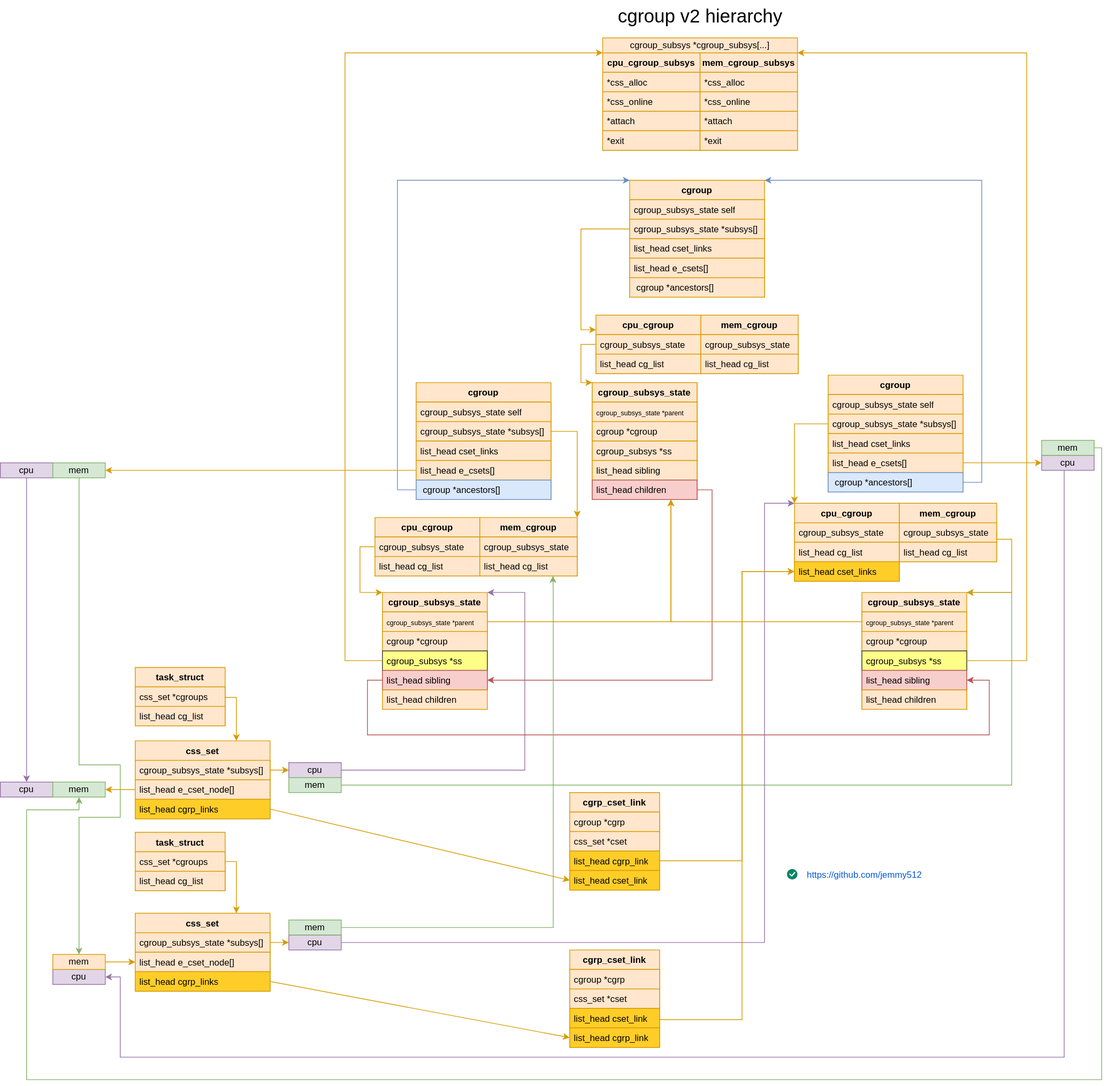
Earlier version of the draw.io export images/kernel/cgroup-arch.svg (jemmy512/book-notes). Source tidied: cells renumbered, new cells last; positions are measured from the earlier drawing's top-left corner, leaving out a move shared by most shapes.
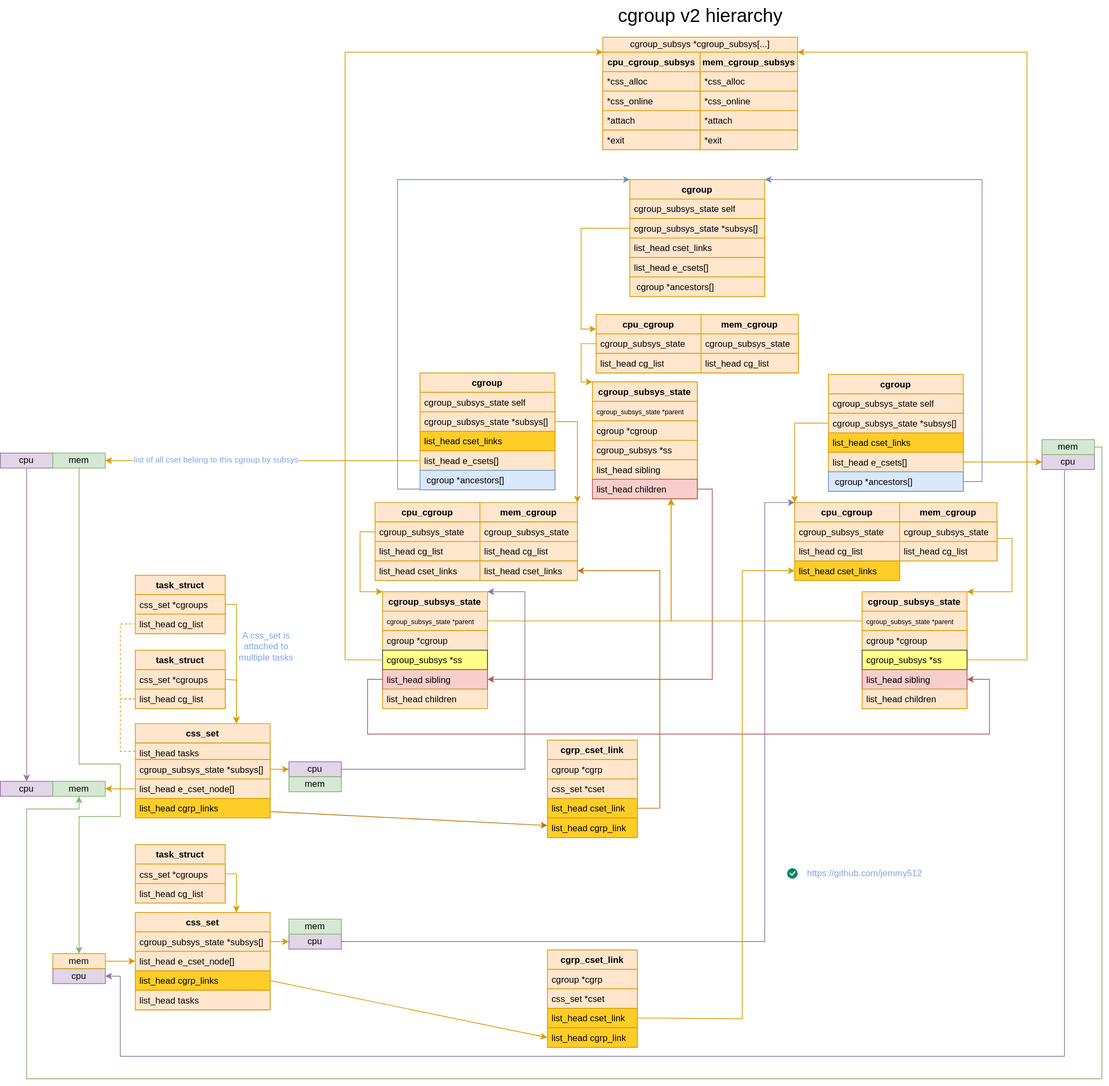
After the commit.

Diff of the diagram source:
```diff
@@ -5,3 +5,3 @@
     <mxCell id="2" value="task_struct" style="swimlane;fontStyle=1;align=center;verticalAlign=top;horizontal=1;startSize=26;whiteSpace=wrap;html=1;fillColor=#ffe6cc;strokeColor=#d79b00;" parent="1" vertex="1">
-      <mxGeometry x="180" y="890" width="120" height="78" as="geometry" />
+      <mxGeometry x="180" y="868" width="120" height="78" as="geometry" />
     </mxCell>
@@ -14,12 +14,15 @@
     <mxCell id="5" value="css_set" style="swimlane;fontStyle=1;align=center;verticalAlign=top;horizontal=1;startSize=26;whiteSpace=wrap;html=1;fillColor=#ffe6cc;strokeColor=#d79b00;" parent="1" vertex="1">
-      <mxGeometry x="180" y="988" width="180" height="104" as="geometry" />
+      <mxGeometry x="180" y="966" width="180" height="126" as="geometry" />
     </mxCell>
+    <mxCell id="147" value="list_head tasks" style="text;strokeColor=#d79b00;fillColor=#ffe6cc;align=left;verticalAlign=top;spacingLeft=4;spacingRight=4;overflow=hidden;points=[[0,0.5],[1,0.5]];portConstraint=eastwest;whiteSpace=wrap;html=1;" parent="5" vertex="1">
+      <mxGeometry y="26" width="180" height="22" as="geometry" />
+    </mxCell>
     <mxCell id="6" value="cgroup_subsys_state *subsys[]" style="text;strokeColor=#d79b00;fillColor=#ffe6cc;align=left;verticalAlign=top;spacingLeft=4;spacingRight=4;overflow=hidden;points=[[0,0.5],[1,0.5]];portConstraint=eastwest;whiteSpace=wrap;html=1;" parent="5" vertex="1">
-      <mxGeometry y="26" width="180" height="26" as="geometry" />
+      <mxGeometry y="48" width="180" height="26" as="geometry" />
     </mxCell>
     <mxCell id="7" value="list_head e_cset_node[]" style="text;strokeColor=#d79b00;fillColor=#ffe6cc;align=left;verticalAlign=top;spacingLeft=4;spacingRight=4;overflow=hidden;points=[[0,0.5],[1,0.5]];portConstraint=eastwest;whiteSpace=wrap;html=1;" parent="5" vertex="1">
-      <mxGeometry y="52" width="180" height="26" as="geometry" />
+      <mxGeometry y="74" width="180" height="26" as="geometry" />
     </mxCell>
     <mxCell id="8" value="list_head cgrp_links" style="text;strokeColor=#d79b00;fillColor=#ffcd28;align=left;verticalAlign=top;spacingLeft=4;spacingRight=4;overflow=hidden;points=[[0,0.5],[1,0.5]];portConstraint=eastwest;whiteSpace=wrap;html=1;gradientColor=none;gradientDirection=north;" parent="5" vertex="1">
-      <mxGeometry y="78" width="180" height="26" as="geometry" />
+      <mxGeometry y="100" width="180" height="26" as="geometry" />
     </mxCell>
@@ -62,3 +65,3 @@
     <mxCell id="21" value="cgroup" style="swimlane;fontStyle=1;align=center;verticalAlign=top;horizontal=1;startSize=26;whiteSpace=wrap;html=1;fillColor=#ffe6cc;strokeColor=#d79b00;" parent="1" vertex="1">
-      <mxGeometry x="555" y="510" width="180" height="156" as="geometry" />
+      <mxGeometry x="560" y="498" width="180" height="156" as="geometry" />
     </mxCell>
@@ -70,3 +73,3 @@
     </mxCell>
-    <mxCell id="24" value="list_head cset_links" style="text;strokeColor=#d79b00;fillColor=#ffe6cc;align=left;verticalAlign=top;spacingLeft=4;spacingRight=4;overflow=hidden;whiteSpace=wrap;html=1;" parent="21" vertex="1">
+    <mxCell id="24" value="list_head cset_links" style="text;strokeColor=#d79b00;fillColor=#FFCD28;align=left;verticalAlign=top;spacingLeft=4;spacingRight=4;overflow=hidden;whiteSpace=wrap;html=1;" parent="21" vertex="1">
       <mxGeometry y="78" width="180" height="26" as="geometry" />
@@ -80,3 +83,3 @@
     <mxCell id="27" value="cpu_cgroup" style="swimlane;fontStyle=1;align=center;verticalAlign=top;horizontal=1;startSize=26;whiteSpace=wrap;html=1;fillColor=#ffe6cc;strokeColor=#d79b00;" parent="1" vertex="1">
-      <mxGeometry x="500" y="690" width="140" height="78" as="geometry" />
+      <mxGeometry x="500" y="671" width="140" height="104" as="geometry" />
     </mxCell>
@@ -88,4 +91,7 @@
     </mxCell>
+    <mxCell id="148" value="list_head cset_links" style="text;strokeColor=#d79b00;fillColor=#ffe6cc;align=left;verticalAlign=top;spacingLeft=4;spacingRight=4;overflow=hidden;whiteSpace=wrap;html=1;" parent="27" vertex="1">
+      <mxGeometry y="78" width="140" height="26" as="geometry" />
+    </mxCell>
     <mxCell id="30" value="mem_cgroup" style="swimlane;fontStyle=1;align=center;verticalAlign=top;horizontal=1;startSize=26;whiteSpace=wrap;html=1;fillColor=#ffe6cc;strokeColor=#d79b00;" parent="1" vertex="1">
-      <mxGeometry x="640" y="690" width="130" height="78" as="geometry" />
+      <mxGeometry x="640" y="671" width="130" height="104" as="geometry" />
     </mxCell>
@@ -97,2 +103,5 @@
     </mxCell>
+    <mxCell id="149" value="list_head cset_links" style="text;strokeColor=#d79b00;fillColor=#ffe6cc;align=left;verticalAlign=top;spacingLeft=4;spacingRight=4;overflow=hidden;points=[[0,0.5],[1,0.5]];portConstraint=eastwest;whiteSpace=wrap;html=1;" parent="30" vertex="1">
+      <mxGeometry y="78" width="130" height="26" as="geometry" />
+    </mxCell>
     <mxCell id="33" value="cgroup" style="swimlane;fontStyle=1;align=center;verticalAlign=top;horizontal=1;startSize=26;whiteSpace=wrap;html=1;fillColor=#ffe6cc;strokeColor=#d79b00;" parent="1" vertex="1">
@@ -106,3 +115,3 @@
     </mxCell>
-    <mxCell id="36" value="list_head cset_links" style="text;strokeColor=#d79b00;fillColor=#ffe6cc;align=left;verticalAlign=top;spacingLeft=4;spacingRight=4;overflow=hidden;whiteSpace=wrap;html=1;" parent="33" vertex="1">
+    <mxCell id="36" value="list_head cset_links" style="text;strokeColor=#d79b00;fillColor=#FFCD28;align=left;verticalAlign=top;spacingLeft=4;spacingRight=4;overflow=hidden;whiteSpace=wrap;html=1;" parent="33" vertex="1">
       <mxGeometry y="78" width="180" height="26" as="geometry" />
@@ -147,10 +156,2 @@
     </mxCell>
-    <mxCell id="48" style="edgeStyle=orthogonalEdgeStyle;rounded=0;jettySize=auto;html=1;fillColor=#d5e8d4;strokeColor=#82b366;entryX=1;entryY=0;entryDx=0;entryDy=0;" parent="1" edge="1" source="49" target="75">
-      <mxGeometry relative="1" as="geometry">
-        <Array as="points">
-          <mxPoint x="1350" y="1047" />
-          <mxPoint x="1350" y="790" />
-        </Array>
-      </mxGeometry>
-    </mxCell>
     <mxCell id="49" value="mem" style="rounded=0;whiteSpace=wrap;html=1;fillColor=#d5e8d4;strokeColor=#82b366;" parent="1" vertex="1">
@@ -164,3 +165,3 @@
         <Array as="points">
-          <mxPoint x="315" y="930" />
+          <mxPoint x="315" y="908" />
         </Array>
@@ -304,3 +305,3 @@
     <mxCell id="88" value="cpu" style="rounded=0;whiteSpace=wrap;html=1;fillColor=#e1d5e7;strokeColor=#9673a6;" parent="1" vertex="1">
-      <mxGeometry y="617" width="70" height="20" as="geometry" />
+      <mxGeometry y="605" width="70" height="20" as="geometry" />
     </mxCell>
@@ -317,6 +318,6 @@
     <mxCell id="90" value="mem" style="rounded=0;whiteSpace=wrap;html=1;fillColor=#d5e8d4;strokeColor=#82b366;" parent="1" vertex="1">
-      <mxGeometry x="70" y="617" width="70" height="20" as="geometry" />
+      <mxGeometry x="70" y="605" width="70" height="20" as="geometry" />
     </mxCell>
     <mxCell id="91" value="task_struct" style="swimlane;fontStyle=1;align=center;verticalAlign=top;horizontal=1;startSize=26;whiteSpace=wrap;html=1;fillColor=#ffe6cc;strokeColor=#d79b00;" parent="1" vertex="1">
-      <mxGeometry x="180" y="1110" width="120" height="78" as="geometry" />
+      <mxGeometry x="180" y="1127.5" width="120" height="78" as="geometry" />
     </mxCell>
@@ -329,3 +330,3 @@
     <mxCell id="94" value="css_set" style="swimlane;fontStyle=1;align=center;verticalAlign=top;horizontal=1;startSize=26;whiteSpace=wrap;html=1;fillColor=#ffe6cc;strokeColor=#d79b00;" parent="1" vertex="1">
-      <mxGeometry x="180" y="1218" width="180" height="104" as="geometry" />
+      <mxGeometry x="180" y="1218" width="180" height="130" as="geometry" />
     </mxCell>
@@ -340,2 +341,5 @@
     </mxCell>
+    <mxCell id="150" value="list_head tasks" style="text;strokeColor=#d79b00;fillColor=#ffe6cc;align=left;verticalAlign=top;spacingLeft=4;spacingRight=4;overflow=hidden;whiteSpace=wrap;html=1;" parent="94" vertex="1">
+      <mxGeometry y="104" width="180" height="26" as="geometry" />
+    </mxCell>
     <mxCell id="98" style="edgeStyle=orthogonalEdgeStyle;rounded=0;jettySize=auto;html=1;entryX=0;entryY=0;entryDx=0;entryDy=0;exitX=1;exitY=0.5;exitDx=0;exitDy=0;fillColor=#e1d5e7;strokeColor=#9673a6;" parent="1" edge="1" source="99" target="39">
@@ -351,10 +355,2 @@
     </mxCell>
-    <mxCell id="100" style="edgeStyle=orthogonalEdgeStyle;rounded=0;jettySize=auto;html=1;fillColor=#d5e8d4;strokeColor=#82b366;entryX=0.75;entryY=1;entryDx=0;entryDy=0;" parent="1" edge="1" source="101" target="30">
-      <mxGeometry relative="1" as="geometry">
-        <Array as="points">
-          <mxPoint x="738" y="1237" />
-          <mxPoint x="738" y="790" />
-        </Array>
-      </mxGeometry>
-    </mxCell>
     <mxCell id="101" value="mem" style="rounded=0;whiteSpace=wrap;html=1;fillColor=#d5e8d4;strokeColor=#82b366;" parent="1" vertex="1">
@@ -365,6 +361,6 @@
     </mxCell>
-    <mxCell id="103" style="edgeStyle=orthogonalEdgeStyle;rounded=0;jettySize=auto;html=1;entryX=0.75;entryY=0;entryDx=0;entryDy=0;fillColor=#ffe6cc;strokeColor=#d79b00;" parent="1" edge="1" source="92" target="94">
+    <mxCell id="103" style="edgeStyle=orthogonalEdgeStyle;rounded=0;jettySize=auto;html=1;entryX=0.75;entryY=0;entryDx=0;entryDy=0;fillColor=#ffe6cc;strokeColor=#d79b00;exitX=1;exitY=0.5;exitDx=0;exitDy=0;" parent="1" edge="1" source="92" target="94">
       <mxGeometry relative="1" as="geometry">
         <Array as="points">
-          <mxPoint x="315" y="1149" />
+          <mxPoint x="315" y="1167" />
         </Array>
@@ -414,2 +410,5 @@
     </mxCell>
+    <mxCell id="151" value="list of all cset belong to this cgroup by subsys" style="edgeLabel;html=1;align=center;verticalAlign=middle;fontColor=#7EA6E0;" parent="112" vertex="1">
+      <mxGeometry x="0.3" y="-1" relative="1" as="geometry" />
+    </mxCell>
     <mxCell id="113" style="edgeStyle=orthogonalEdgeStyle;rounded=0;jettySize=auto;html=1;entryX=1;entryY=0.5;entryDx=0;entryDy=0;fillColor=#ffe6cc;strokeColor=#d79b00;" parent="1" edge="1" source="7" target="86">
@@ -423,3 +422,3 @@
         <Array as="points">
-          <mxPoint x="480" y="729" />
+          <mxPoint x="480" y="710" />
           <mxPoint x="480" y="790" />
@@ -437,3 +436,3 @@
     <mxCell id="117" value="cgrp_cset_link" style="swimlane;fontStyle=1;align=center;verticalAlign=top;horizontal=1;startSize=26;whiteSpace=wrap;html=1;fillColor=#ffe6cc;strokeColor=#d79b00;" parent="1" vertex="1">
-      <mxGeometry x="760" y="1267" width="120" height="130" as="geometry" />
+      <mxGeometry x="730" y="1268" width="120" height="130" as="geometry" />
     </mxCell>
@@ -463,29 +462,3 @@
     </mxCell>
-    <mxCell id="124" value="cgrp_cset_link" style="swimlane;fontStyle=1;align=center;verticalAlign=top;horizontal=1;startSize=26;whiteSpace=wrap;html=1;fillColor=#ffe6cc;strokeColor=#d79b00;" parent="1" vertex="1">
-      <mxGeometry x="760" y="1057" width="120" height="130" as="geometry" />
-    </mxCell>
-    <mxCell id="125" value="cgroup *cgrp" style="text;strokeColor=#d79b00;fillColor=#ffe6cc;align=left;verticalAlign=top;spacingLeft=4;spacingRight=4;overflow=hidden;whiteSpace=wrap;html=1;" parent="124" vertex="1">
-      <mxGeometry y="26" width="120" height="26" as="geometry" />
-    </mxCell>
-    <mxCell id="126" value="css_set *cset" style="text;strokeColor=#d79b00;fillColor=#ffe6cc;align=left;verticalAlign=top;spacingLeft=4;spacingRight=4;overflow=hidden;whiteSpace=wrap;html=1;" parent="124" vertex="1">
-      <mxGeometry y="52" width="120" height="26" as="geometry" />
-    </mxCell>
-    <mxCell id="127" value="list_head&#9;cgrp_link" style="text;strokeColor=#d79b00;fillColor=#ffcd28;align=left;verticalAlign=top;spacingLeft=4;spacingRight=4;overflow=hidden;points=[[0,0.5],[1,0.5]];portConstraint=eastwest;whiteSpace=wrap;html=1;gradientColor=none;" parent="124" vertex="1">
-      <mxGeometry y="78" width="120" height="26" as="geometry" />
-    </mxCell>
-    <mxCell id="128" value="list_head&#9;cset_link" style="text;strokeColor=#d79b00;fillColor=#ffcd28;align=left;verticalAlign=top;spacingLeft=4;spacingRight=4;overflow=hidden;points=[[0,0.5],[1,0.5]];portConstraint=eastwest;whiteSpace=wrap;html=1;gradientColor=none;" parent="124" vertex="1">
-      <mxGeometry y="104" width="120" height="26" as="geometry" />
-    </mxCell>
-    <mxCell id="129" style="rounded=0;jettySize=auto;html=1;entryX=0;entryY=0.5;entryDx=0;entryDy=0;exitX=1;exitY=0.5;exitDx=0;exitDy=0;fillColor=#ffcd28;strokeColor=#d79b00;gradientColor=#ffa500;" parent="1" edge="1" source="8" target="128">
-      <mxGeometry relative="1" as="geometry" />
-    </mxCell>
-    <mxCell id="130" style="edgeStyle=orthogonalEdgeStyle;rounded=0;jettySize=auto;html=1;entryX=0;entryY=0.5;entryDx=0;entryDy=0;exitX=1;exitY=0.5;exitDx=0;exitDy=0;fillColor=#ffcd28;strokeColor=#d79b00;gradientColor=#ffa500;" parent="1" edge="1" source="127" target="42">
-      <mxGeometry relative="1" as="geometry">
-        <Array as="points">
-          <mxPoint x="990" y="1148" />
-          <mxPoint x="990" y="762" />
-        </Array>
-      </mxGeometry>
-    </mxCell>
-    <mxCell id="131" value="https://github.com/jemmy512" style="fillColor=none;strokeColor=none;html=1;fontColor=#0057D8;align=left;fontSize=12;sketch=0;" parent="1" vertex="1">
+    <mxCell id="131" value="https://github.com/jemmy512" style="fillColor=none;strokeColor=none;html=1;fontColor=#7EA6E0;align=left;fontSize=12;sketch=0;" parent="1" vertex="1">
       <mxGeometry x="1075" y="1150" width="195" height="33" as="geometry" />
@@ -547,2 +520,56 @@
     </mxCell>
+    <mxCell id="152" value="task_struct" style="swimlane;fontStyle=1;align=center;verticalAlign=top;horizontal=1;startSize=26;whiteSpace=wrap;html=1;fillColor=#ffe6cc;strokeColor=#d79b00;" parent="1" vertex="1">
+      <mxGeometry x="180" y="768" width="120" height="78" as="geometry" />
+    </mxCell>
+    <mxCell id="153" value="css_set *cgroups" style="text;strokeColor=#d79b00;fillColor=#ffe6cc;align=left;verticalAlign=top;spacingLeft=4;spacingRight=4;overflow=hidden;points=[[0,0.5],[1,0.5]];portConstraint=eastwest;whiteSpace=wrap;html=1;" parent="152" vertex="1">
+      <mxGeometry y="26" width="120" height="26" as="geometry" />
+    </mxCell>
+    <mxCell id="154" value="list_head cg_list" style="text;strokeColor=#d79b00;fillColor=#ffe6cc;align=left;verticalAlign=top;spacingLeft=4;spacingRight=4;overflow=hidden;points=[[0,0.5],[1,0.5]];portConstraint=eastwest;whiteSpace=wrap;html=1;" parent="152" vertex="1">
+      <mxGeometry y="52" width="120" height="26" as="geometry" />
+    </mxCell>
+    <mxCell id="155" style="edgeStyle=orthogonalEdgeStyle;rounded=0;jettySize=auto;html=1;entryX=0.75;entryY=0;entryDx=0;entryDy=0;fillColor=#ffe6cc;strokeColor=#d79b00;" parent="1" edge="1" source="153" target="5">
+      <mxGeometry relative="1" as="geometry">
+        <Array as="points">
+          <mxPoint x="315" y="807" />
+        </Array>
+      </mxGeometry>
+    </mxCell>
+    <mxCell id="156" style="edgeStyle=orthogonalEdgeStyle;rounded=0;jettySize=auto;html=1;entryX=0;entryY=0.5;entryDx=0;entryDy=0;dashed=1;endArrow=none;startFill=0;fillColor=#ffe6cc;strokeColor=#d79b00;" parent="1" edge="1" source="147" target="4">
+      <mxGeometry relative="1" as="geometry" />
+    </mxCell>
+    <mxCell id="157" style="edgeStyle=orthogonalEdgeStyle;rounded=0;jettySize=auto;html=1;entryX=0;entryY=0.5;entryDx=0;entryDy=0;dashed=1;endArrow=none;startFill=0;fillColor=#ffe6cc;strokeColor=#d79b00;" parent="1" edge="1" source="4" target="154">
+      <mxGeometry relative="1" as="geometry" />
+    </mxCell>
+    <mxCell id="158" value="&lt;div style=&quot;text-align: start; text-wrap-mode: wrap; background-color: transparent; font-family: sans-serif;&quot;&gt;&lt;br&gt;&lt;/div&gt;" style="text;html=1;align=center;verticalAlign=middle;strokeColor=none;fillColor=none;" parent="1" vertex="1">
+      <mxGeometry x="345" y="840" width="20" height="30" as="geometry" />
+    </mxCell>
+    <mxCell id="159" value="&lt;span style=&quot;font-family: sans-serif; text-align: start;&quot;&gt;A css_set is attached to multiple tasks&lt;/span&gt;" style="text;html=1;align=center;verticalAlign=middle;whiteSpace=wrap;rounded=0;fontColor=#7EA6E0;" parent="1" vertex="1">
+      <mxGeometry x="315" y="840" width="80" height="46" as="geometry" />
+    </mxCell>
+    <mxCell id="124" value="cgrp_cset_link" style="swimlane;fontStyle=1;align=center;verticalAlign=top;horizontal=1;startSize=26;whiteSpace=wrap;html=1;fillColor=#ffe6cc;strokeColor=#d79b00;" parent="1" vertex="1">
+      <mxGeometry x="730" y="988" width="120" height="130" as="geometry" />
+    </mxCell>
+    <mxCell id="125" value="cgroup *cgrp" style="text;strokeColor=#d79b00;fillColor=#ffe6cc;align=left;verticalAlign=top;spacingLeft=4;spacingRight=4;overflow=hidden;whiteSpace=wrap;html=1;" parent="124" vertex="1">
+      <mxGeometry y="26" width="120" height="26" as="geometry" />
+    </mxCell>
+    <mxCell id="126" value="css_set *cset" style="text;strokeColor=#d79b00;fillColor=#ffe6cc;align=left;verticalAlign=top;spacingLeft=4;spacingRight=4;overflow=hidden;whiteSpace=wrap;html=1;" parent="124" vertex="1">
+      <mxGeometry y="52" width="120" height="26" as="geometry" />
+    </mxCell>
+    <mxCell id="128" value="list_head&#9;cset_link" style="text;strokeColor=#d79b00;fillColor=#ffcd28;align=left;verticalAlign=top;spacingLeft=4;spacingRight=4;overflow=hidden;points=[[0,0.5],[1,0.5]];portConstraint=eastwest;whiteSpace=wrap;html=1;gradientColor=none;" parent="124" vertex="1">
+      <mxGeometry y="78" width="120" height="26" as="geometry" />
+    </mxCell>
+    <mxCell id="127" value="list_head&#9;cgrp_link" style="text;strokeColor=#d79b00;fillColor=#ffcd28;align=left;verticalAlign=top;spacingLeft=4;spacingRight=4;overflow=hidden;points=[[0,0.5],[1,0.5]];portConstraint=eastwest;whiteSpace=wrap;html=1;gradientColor=none;" parent="124" vertex="1">
+      <mxGeometry y="104" width="120" height="26" as="geometry" />
+    </mxCell>
+    <mxCell id="160" style="rounded=0;jettySize=auto;html=1;fillColor=#f0a30a;strokeColor=#BD7000;" parent="1" edge="1" source="8" target="127">
+      <mxGeometry relative="1" as="geometry" />
+    </mxCell>
+    <mxCell id="161" style="edgeStyle=orthogonalEdgeStyle;rounded=0;jettySize=auto;html=1;fillColor=#f0a30a;strokeColor=#BD7000;" parent="1" edge="1" source="128" target="149">
+      <mxGeometry relative="1" as="geometry">
+        <Array as="points">
+          <mxPoint x="880" y="1079" />
+          <mxPoint x="880" y="762" />
+        </Array>
+      </mxGeometry>
+    </mxCell>
   </root>
```
